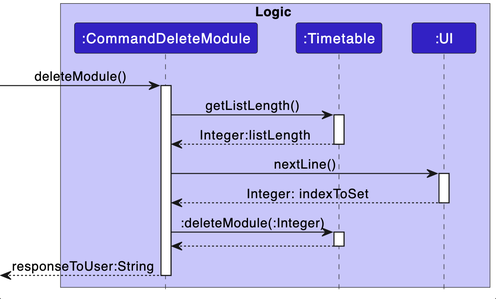
Before: docs/images/deleteModule.png, a diagram exported from PlantUML (nus-cs2113-AY2223S1/tp). Its source is kept beside it as docs/YUML/deleteModule.puml.
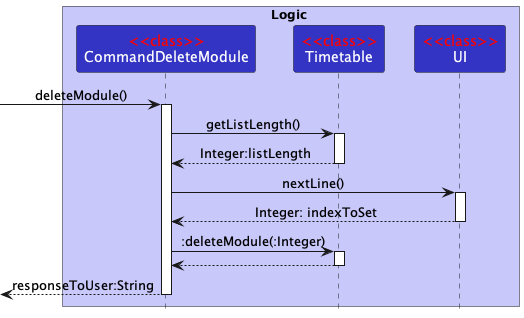
The same diagram one commit later.

Change to the diagram source:
```diff
@@ -2,9 +2,9 @@
 !include style.puml
 
 box Logic LOGIC_COLOR_T1
-participant ":CommandDeleteModule" as CommandDeleteModule LOGIC_COLOR
-participant ":Timetable" as Timetable LOGIC_COLOR
-participant ":UI" as UI LOGIC_COLOR
+participant "<color: red><<class>></color>\nCommandDeleteModule" as CommandDeleteModule LOGIC_COLOR
+participant "<color: red><<class>></color>\nTimetable" as Timetable LOGIC_COLOR
+participant "<color: red><<class>></color>\nUI" as UI LOGIC_COLOR
 end box
 
 
```
